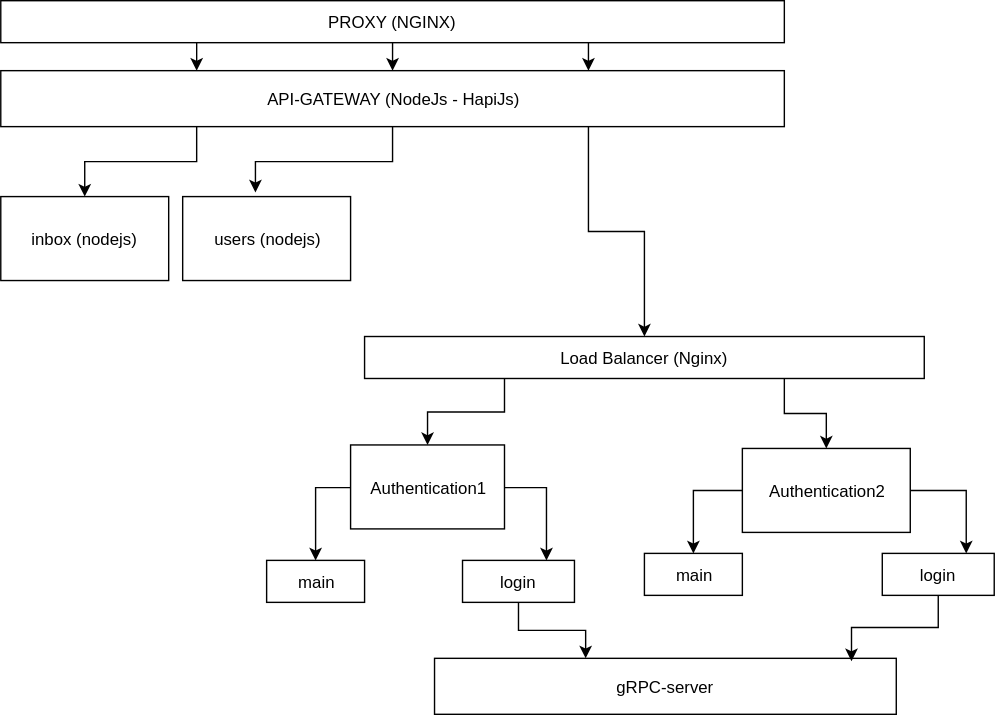
Earlier version of the draw.io export docs/microservices.svg (memberid/simple-node-microservices). Source tidied: cells renumbered, new cells last; positions are measured from the earlier drawing's top-left corner, leaving out a move shared by most shapes.
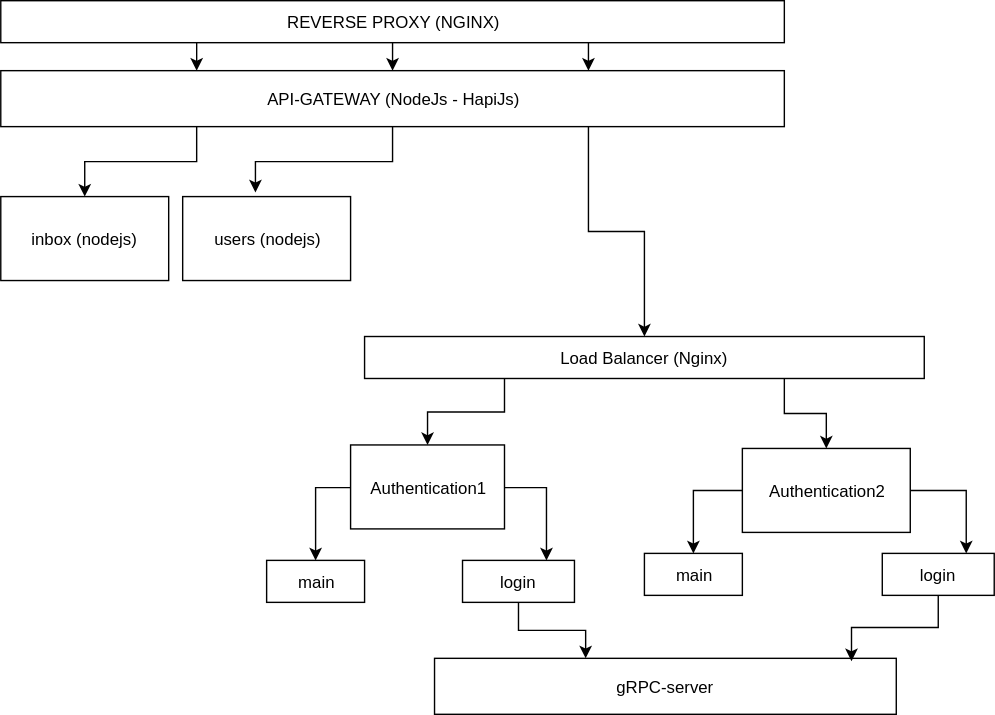
The same diagram one commit later.

Diff of the diagram source:
```diff
@@ -77,7 +77,7 @@
     <mxCell id="26" style="edgeStyle=orthogonalEdgeStyle;rounded=0;html=1;exitX=0.75;exitY=1;entryX=0.75;entryY=0;jettySize=auto;" parent="1" edge="1" source="27" target="5">
       <mxGeometry relative="1" as="geometry" />
     </mxCell>
-    <mxCell id="27" value="PROXY (NGINX)" style="rounded=0;whiteSpace=wrap;html=1;" parent="1" vertex="1">
+    <mxCell id="27" value="REVERSE PROXY (NGINX)" style="rounded=0;whiteSpace=wrap;html=1;" parent="1" vertex="1">
       <mxGeometry width="560" height="30" as="geometry" />
     </mxCell>
   </root>
```
